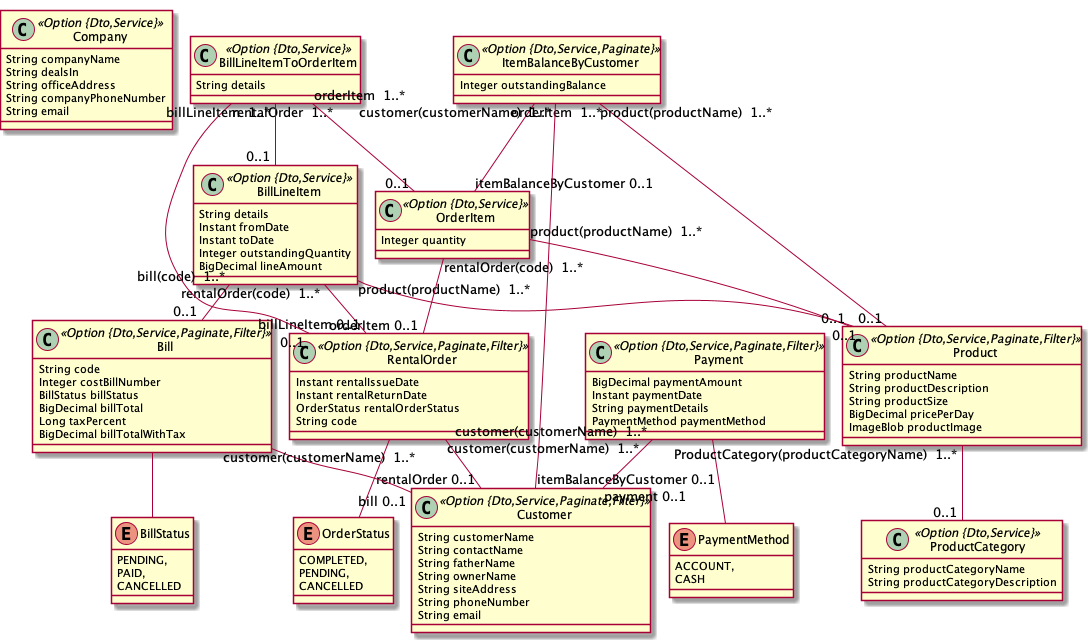
The PlantUML diagram ShutteringStoreInventory.png in makeitgoals/rentalstore, before a commit.
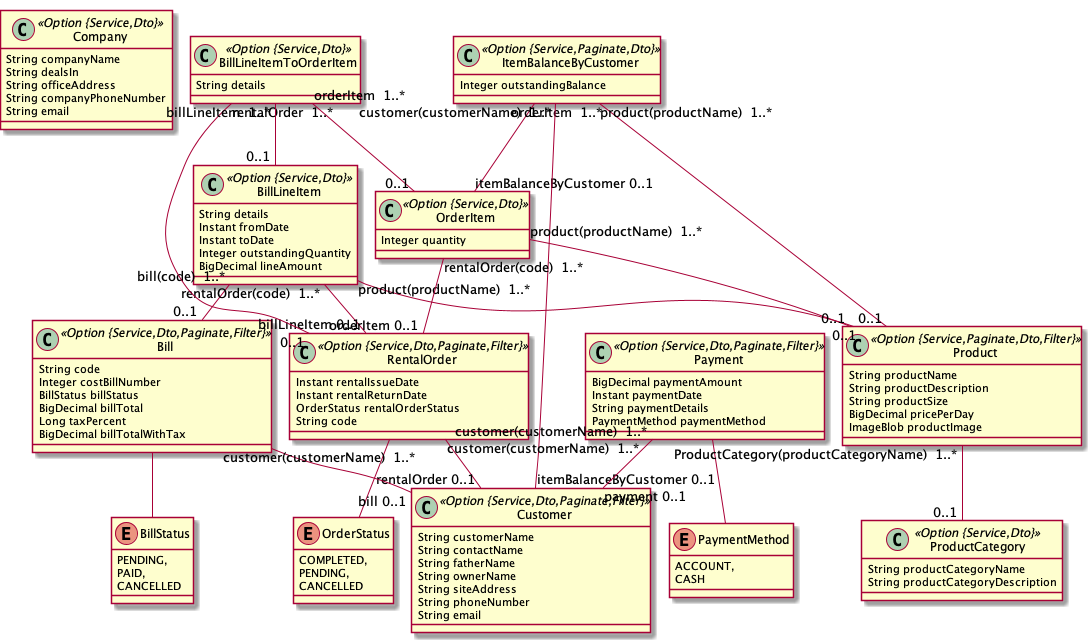
Later version of the same file.

What changed in the source:
```diff
@@ -1,14 +1,14 @@
 @startuml
 	!pragma graphviz_dot jdot
 	!pragma syntax class
-	class Company <<Option {Dto,Service}>> {
+	class Company <<Option {Service,Dto}>> {
 		String companyName
 		String dealsIn
 		String officeAddress
 		String companyPhoneNumber
 		String email
 	}
-	class Customer <<Option {Dto,Service,Paginate,Filter}>> {
+	class Customer <<Option {Service,Dto,Paginate,Filter}>> {
 		String customerName
 		String contactName
 		String fatherName
@@ -17,18 +17,18 @@
 		String phoneNumber
 		String email
 	}
-	class Product <<Option {Dto,Service,Paginate,Filter}>> {
+	class Product <<Option {Service,Paginate,Dto,Filter}>> {
 		String productName
 		String productDescription
 		String productSize
 		BigDecimal pricePerDay
 		ImageBlob productImage
 	}
-	class ProductCategory <<Option {Dto,Service}>> {
+	class ProductCategory <<Option {Service,Dto}>> {
 		String productCategoryName
 		String productCategoryDescription
 	}
-	class RentalOrder <<Option {Dto,Service,Paginate,Filter}>> {
+	class RentalOrder <<Option {Service,Dto,Paginate,Filter}>> {
 		Instant rentalIssueDate
 		Instant rentalReturnDate
 		OrderStatus rentalOrderStatus
@@ -40,13 +40,13 @@
 		PENDING,
 		CANCELLED
 	}
-	class OrderItem <<Option {Dto,Service}>> {
+	class OrderItem <<Option {Service,Dto}>> {
 		Integer quantity
 	}
-	class ItemBalanceByCustomer <<Option {Dto,Service,Paginate}>> {
+	class ItemBalanceByCustomer <<Option {Service,Paginate,Dto}>> {
 		Integer outstandingBalance
 	}
-	class Bill <<Option {Dto,Service,Paginate,Filter}>> {
+	class Bill <<Option {Service,Dto,Paginate,Filter}>> {
 		String code
 		Integer costBillNumber
 		BillStatus billStatus
@@ -60,17 +60,17 @@
 		PAID,
 		CANCELLED
 	}
-	class BillLineItem <<Option {Dto,Service}>> {
+	class BillLineItem <<Option {Service,Dto}>> {
 		String details
 		Instant fromDate
 		Instant toDate
 		Integer outstandingQuantity
 		BigDecimal lineAmount
 	}
-	class BillLineItemToOrderItem <<Option {Dto,Service}>> {
+	class BillLineItemToOrderItem <<Option {Service,Dto}>> {
 		String details
 	}
-	class Payment <<Option {Dto,Service,Paginate,Filter}>> {
+	class Payment <<Option {Service,Dto,Paginate,Filter}>> {
 		BigDecimal paymentAmount
 		Instant paymentDate
 		String paymentDetails
```
